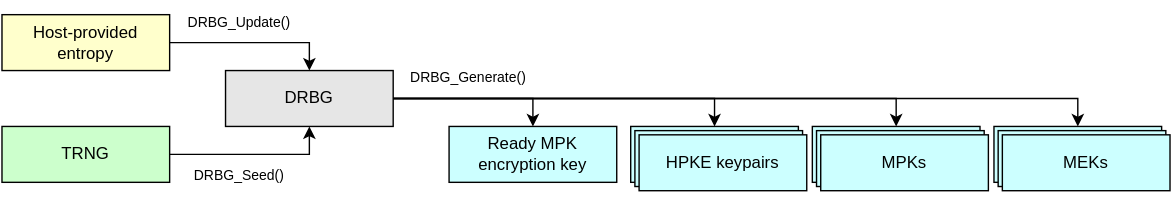
Before: doc/ocp_lock/diagrams/drbg_diagram.drawio.svg, a diagram exported from draw.io (chipsalliance/Caliptra). Source tidied: cells renumbered, new cells last; positions are measured from the earlier drawing's top-left corner, leaving out a move shared by most shapes.
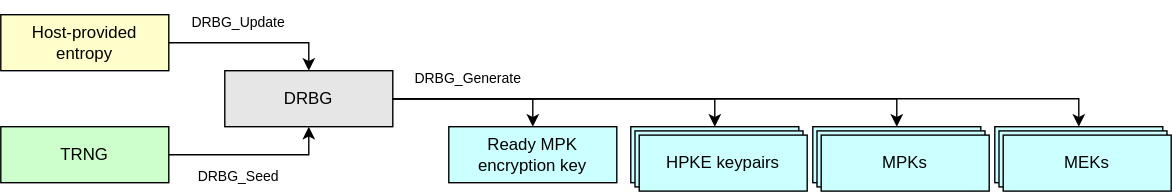
After the commit.

The edit, as a diff of the source:
```diff
@@ -43,13 +43,13 @@
     <mxCell id="12" style="edgeStyle=orthogonalEdgeStyle;endArrow=classic;html=1;rounded=0;endSize=6;startSize=6;exitX=1;exitY=0.5;exitDx=0;exitDy=0;entryX=0.5;entryY=0;entryDx=0;entryDy=0;" parent="1" edge="1" source="2" target="11">
       <mxGeometry relative="1" as="geometry" />
     </mxCell>
-    <mxCell id="13" value="DRBG_Seed()" style="text;strokeColor=none;align=center;fillColor=none;html=1;verticalAlign=middle;whiteSpace=wrap;rounded=0;fontSize=10;" parent="1" vertex="1">
+    <mxCell id="13" value="DRBG_Seed" style="text;strokeColor=none;align=center;fillColor=none;html=1;verticalAlign=middle;whiteSpace=wrap;rounded=0;fontSize=10;" parent="1" vertex="1">
       <mxGeometry x="120" y="110" width="100" height="30" as="geometry" />
     </mxCell>
-    <mxCell id="14" value="DRBG_Update()" style="text;strokeColor=none;align=center;fillColor=none;html=1;verticalAlign=middle;whiteSpace=wrap;rounded=0;fontSize=10;" parent="1" vertex="1">
+    <mxCell id="14" value="DRBG_Update" style="text;strokeColor=none;align=center;fillColor=none;html=1;verticalAlign=middle;whiteSpace=wrap;rounded=0;fontSize=10;" parent="1" vertex="1">
       <mxGeometry x="120" width="100" height="30" as="geometry" />
     </mxCell>
-    <mxCell id="15" value="DRBG_Generate()" style="text;strokeColor=none;align=center;fillColor=none;html=1;verticalAlign=middle;whiteSpace=wrap;rounded=0;fontSize=10;" parent="1" vertex="1">
+    <mxCell id="15" value="DRBG_Generate" style="text;strokeColor=none;align=center;fillColor=none;html=1;verticalAlign=middle;whiteSpace=wrap;rounded=0;fontSize=10;" parent="1" vertex="1">
       <mxGeometry x="280" y="40" width="108" height="30" as="geometry" />
     </mxCell>
     <mxCell id="16" value="&lt;div&gt;&lt;font color=&quot;#000000&quot;&gt;Ready MPK encryption key&lt;/font&gt;&lt;/div&gt;" style="rounded=0;whiteSpace=wrap;html=1;align=center;verticalAlign=middle;shadow=0;glass=0;spacingLeft=0;spacingBottom=0;spacingTop=0;fillColor=#CCFFFF;" parent="1" vertex="1">
```
